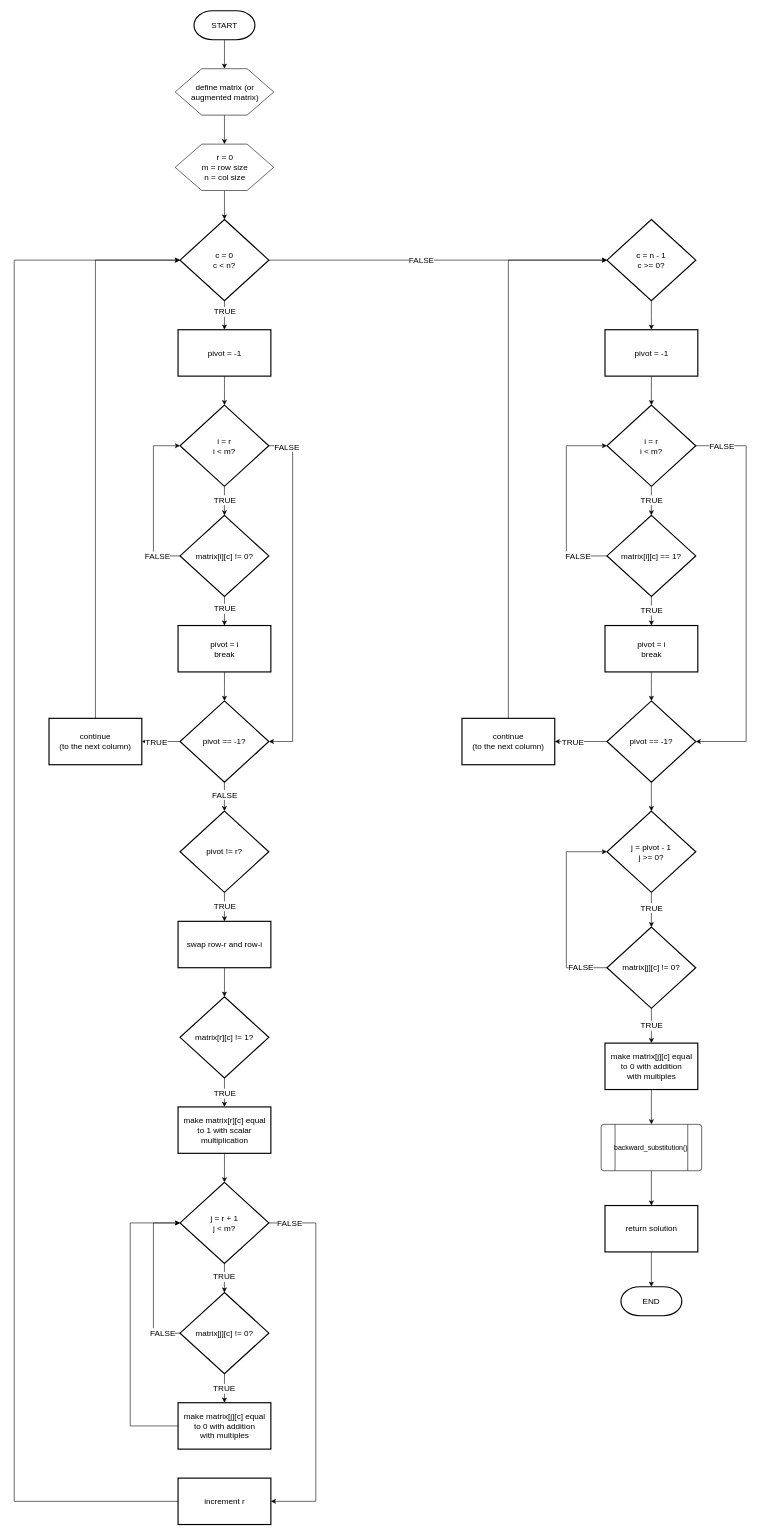
Before: gauss-jordan-elimination/gauss-jordan-elimination.drawio in HarisHerdiansyah/computational-math, a draw.io diagram. Source tidied: cells renumbered, new cells numbered last; positions are measured from the earlier drawing's top-left corner, leaving out a move shared by most shapes. Both pictures are drawn from the tidied source at 58%, with x=0, y=0 at pixel (14, 10).
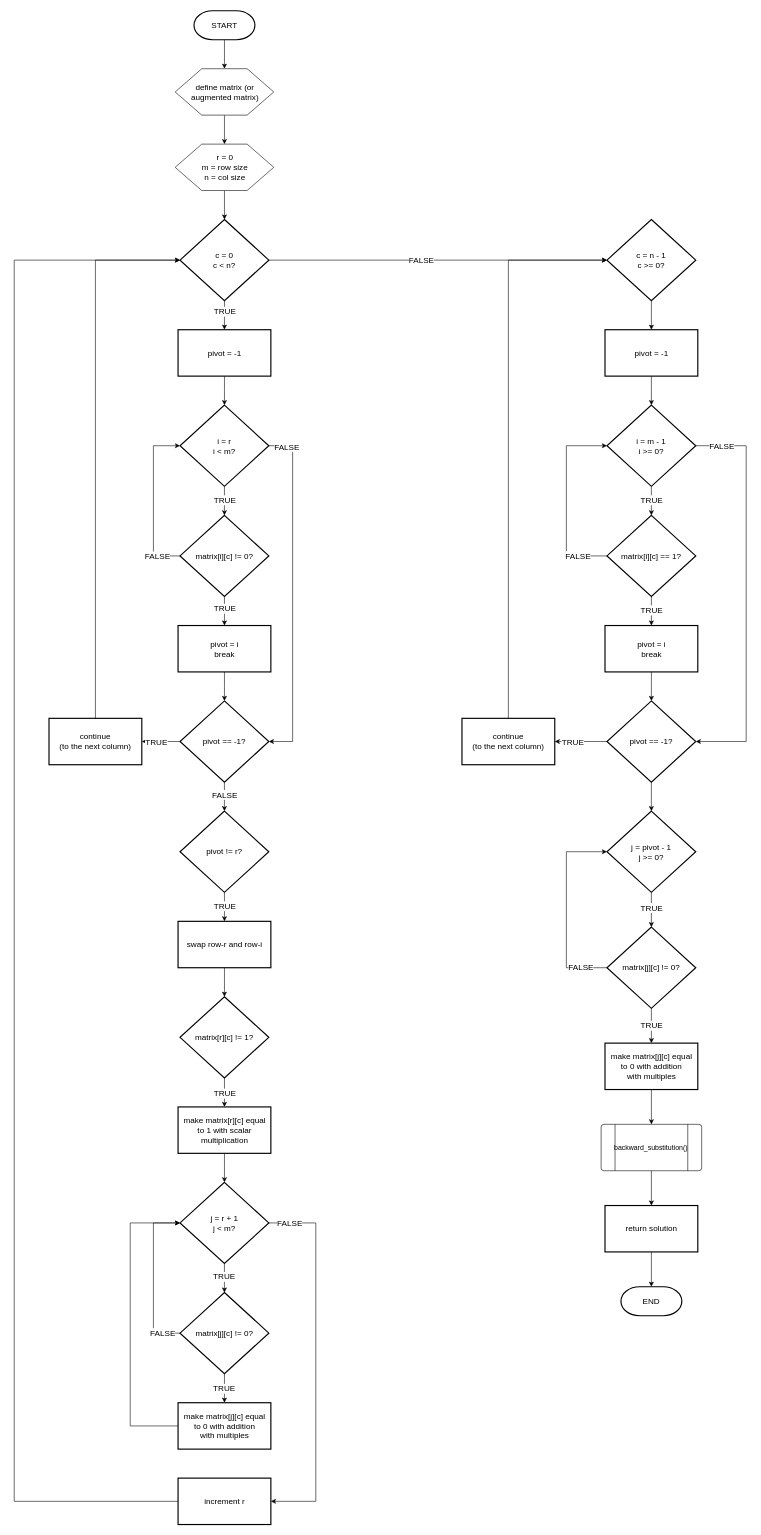
The same diagram, later.

The edit, as a diff of the source:
```diff
@@
-    <mxCell id="64" value="i = r&lt;div&gt;i &amp;lt; m?&lt;/div&gt;" style="strokeWidth=2;html=1;shape=mxgraph.flowchart.decision;whiteSpace=wrap;fontSize=14;" parent="1" vertex="1">
+    <mxCell id="64" value="i = m - 1&lt;div&gt;i &amp;gt;= 0?&lt;/div&gt;" style="strokeWidth=2;html=1;shape=mxgraph.flowchart.decision;whiteSpace=wrap;fontSize=14;" parent="1" vertex="1">
       <mxGeometry x="1022" y="680" width="153.1" height="140" as="geometry" />
     </mxCell>
```
